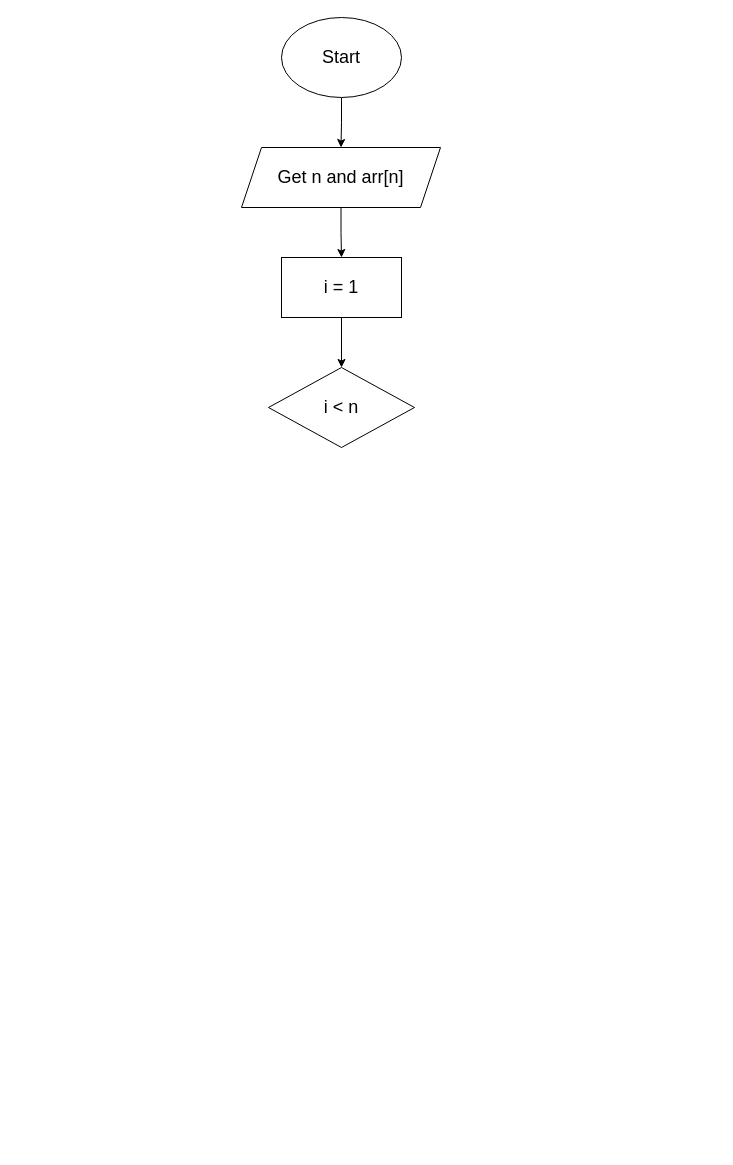
Above: insertion_sort.drawio in nhu220840/Basic-Programming (draw.io), before the change. Source tidied: cells renumbered, new cells numbered last; positions are measured from the earlier drawing's top-left corner, leaving out a move shared by most shapes. Both pictures are drawn from the tidied source at 100%, with x=0, y=0 at pixel (241, 17).
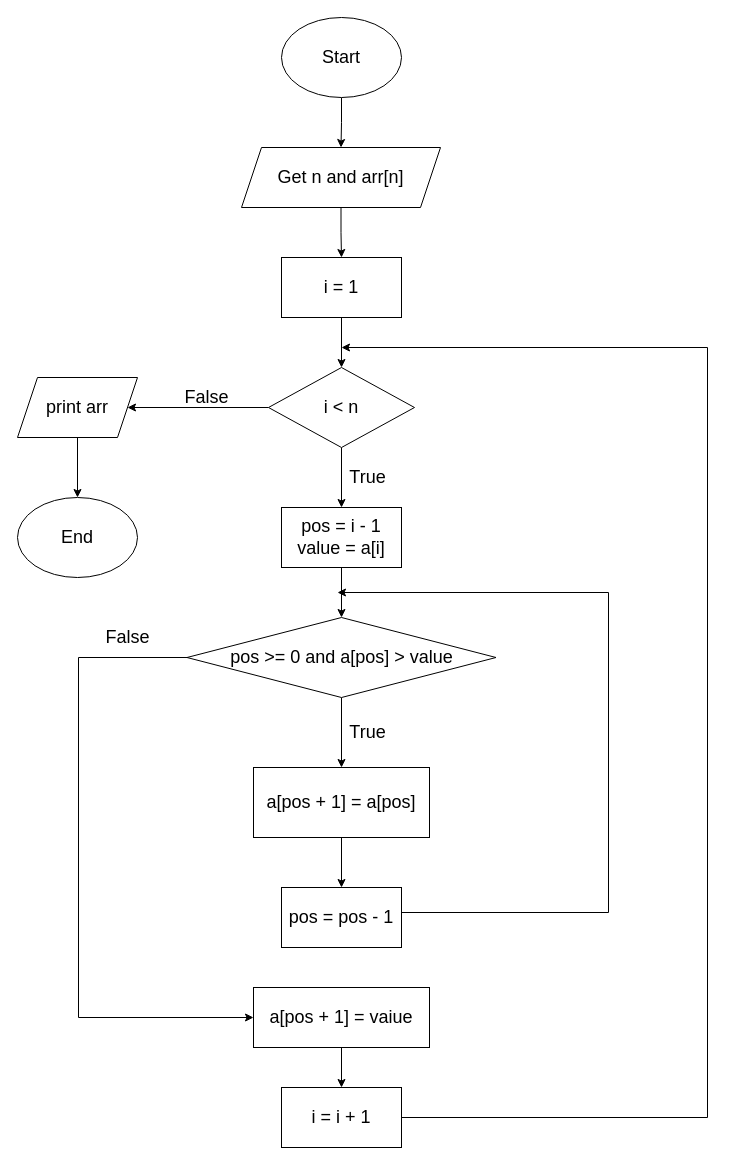
After the change.

Commit message (it also covers changes not shown here):
Cập nhật insertion_sort.drawio

Unchanged cells that the change refers to:
```xml
<mxCell id="8" value="&lt;font style=&quot;font-size: 18px;&quot;&gt;i &amp;lt; n&lt;/font&gt;" style="rhombus;whiteSpace=wrap;html=1;" parent="1" vertex="1">
  <mxGeometry x="27" y="350" width="146" height="80" as="geometry" />
</mxCell>
```

What changed in the source:
```diff
@@
+    <mxCell id="9" style="edgeStyle=orthogonalEdgeStyle;rounded=0;jettySize=auto;html=1;exitX=0.5;exitY=1;exitDx=0;exitDy=0;entryX=0.5;entryY=0;entryDx=0;entryDy=0;" parent="1" edge="1" source="8" target="12">
+      <mxGeometry relative="1" as="geometry" />
+    </mxCell>
+    <mxCell id="10" style="edgeStyle=orthogonalEdgeStyle;rounded=0;jettySize=auto;html=1;exitX=0;exitY=0.5;exitDx=0;exitDy=0;entryX=1;entryY=0.5;entryDx=0;entryDy=0;" parent="1" edge="1" source="8" target="28">
+      <mxGeometry relative="1" as="geometry" />
+    </mxCell>
@@
+    <mxCell id="11" style="edgeStyle=orthogonalEdgeStyle;rounded=0;jettySize=auto;html=1;exitX=0.5;exitY=1;exitDx=0;exitDy=0;entryX=0.5;entryY=0;entryDx=0;entryDy=0;" parent="1" edge="1" source="12" target="15">
+      <mxGeometry relative="1" as="geometry" />
+    </mxCell>
+    <mxCell id="12" value="&lt;font style=&quot;font-size: 18px;&quot;&gt;pos = i - 1&lt;/font&gt;&lt;div&gt;&lt;font style=&quot;font-size: 18px;&quot;&gt;value = a[i]&lt;/font&gt;&lt;/div&gt;" style="rounded=0;whiteSpace=wrap;html=1;" parent="1" vertex="1">
+      <mxGeometry x="40" y="490" width="120" height="60" as="geometry" />
+    </mxCell>
+    <mxCell id="13" style="edgeStyle=orthogonalEdgeStyle;rounded=0;jettySize=auto;html=1;exitX=0.5;exitY=1;exitDx=0;exitDy=0;entryX=0.5;entryY=0;entryDx=0;entryDy=0;" parent="1" edge="1" source="15" target="18">
+      <mxGeometry relative="1" as="geometry" />
+    </mxCell>
+    <mxCell id="14" style="edgeStyle=orthogonalEdgeStyle;rounded=0;jettySize=auto;html=1;exitX=0;exitY=0.5;exitDx=0;exitDy=0;entryX=0;entryY=0.5;entryDx=0;entryDy=0;" parent="1" edge="1" source="15" target="23">
+      <mxGeometry relative="1" as="geometry">
+        <Array as="points">
+          <mxPoint x="-163" y="640" />
+          <mxPoint x="-163" y="1000" />
+          <mxPoint x="12" y="1000" />
+        </Array>
+      </mxGeometry>
+    </mxCell>
+    <mxCell id="15" value="&lt;font style=&quot;font-size: 18px;&quot;&gt;pos &amp;gt;= 0 and a[pos] &amp;gt; value&lt;/font&gt;" style="rhombus;whiteSpace=wrap;html=1;" parent="1" vertex="1">
+      <mxGeometry x="-54.5" y="600" width="309" height="80" as="geometry" />
+    </mxCell>
+    <mxCell id="16" value="&lt;font style=&quot;font-size: 18px;&quot;&gt;True&lt;/font&gt;" style="text;html=1;align=center;verticalAlign=middle;strokeColor=none;fillColor=none;" parent="1" vertex="1">
+      <mxGeometry x="96" y="440" width="60" height="40" as="geometry" />
+    </mxCell>
+    <mxCell id="17" style="edgeStyle=orthogonalEdgeStyle;rounded=0;jettySize=auto;html=1;exitX=0.5;exitY=1;exitDx=0;exitDy=0;" parent="1" edge="1" source="18" target="21">
+      <mxGeometry relative="1" as="geometry" />
+    </mxCell>
+    <mxCell id="18" value="&lt;font style=&quot;font-size: 18px;&quot;&gt;a[pos + 1] = a[pos]&lt;/font&gt;" style="rounded=0;whiteSpace=wrap;html=1;" parent="1" vertex="1">
+      <mxGeometry x="12" y="750" width="176" height="70" as="geometry" />
+    </mxCell>
+    <mxCell id="19" value="&lt;font style=&quot;font-size: 18px;&quot;&gt;True&lt;/font&gt;" style="text;html=1;align=center;verticalAlign=middle;strokeColor=none;fillColor=none;" parent="1" vertex="1">
+      <mxGeometry x="96" y="695" width="60" height="40" as="geometry" />
+    </mxCell>
+    <mxCell id="20" style="edgeStyle=orthogonalEdgeStyle;rounded=0;orthogonalLoop=1;jettySize=auto;html=1;exitX=1;exitY=0.5;exitDx=0;exitDy=0;" parent="1" edge="1">
+      <mxGeometry relative="1" as="geometry">
+        <mxPoint x="160" y="895" as="sourcePoint" />
+        <mxPoint x="96" y="575" as="targetPoint" />
+        <Array as="points">
+          <mxPoint x="367" y="895" />
+        </Array>
+      </mxGeometry>
+    </mxCell>
+    <mxCell id="21" value="&lt;font style=&quot;font-size: 18px;&quot;&gt;pos = pos - 1&lt;/font&gt;" style="rounded=0;whiteSpace=wrap;html=1;" parent="1" vertex="1">
+      <mxGeometry x="40" y="870" width="120" height="60" as="geometry" />
+    </mxCell>
+    <mxCell id="22" style="edgeStyle=orthogonalEdgeStyle;rounded=0;jettySize=auto;html=1;exitX=0.5;exitY=1;exitDx=0;exitDy=0;entryX=0.5;entryY=0;entryDx=0;entryDy=0;" parent="1" edge="1" source="23" target="26">
+      <mxGeometry relative="1" as="geometry" />
+    </mxCell>
+    <mxCell id="23" value="&lt;font style=&quot;font-size: 18px;&quot;&gt;a[pos + 1] = vaiue&lt;/font&gt;" style="rounded=0;whiteSpace=wrap;html=1;" parent="1" vertex="1">
+      <mxGeometry x="12" y="970" width="176" height="60" as="geometry" />
+    </mxCell>
+    <mxCell id="24" value="&lt;font style=&quot;font-size: 18px;&quot;&gt;False&lt;/font&gt;" style="text;html=1;align=center;verticalAlign=middle;strokeColor=none;fillColor=none;" parent="1" vertex="1">
+      <mxGeometry x="-149" y="600" width="70" height="40" as="geometry" />
+    </mxCell>
+    <mxCell id="25" style="edgeStyle=orthogonalEdgeStyle;rounded=0;jettySize=auto;html=1;exitX=1;exitY=0.5;exitDx=0;exitDy=0;" parent="1" edge="1" source="26">
+      <mxGeometry relative="1" as="geometry">
+        <mxPoint x="100" y="330" as="targetPoint" />
+        <Array as="points">
+          <mxPoint x="466" y="1100" />
+          <mxPoint x="466" y="330" />
+        </Array>
+      </mxGeometry>
+    </mxCell>
+    <mxCell id="26" value="&lt;font style=&quot;font-size: 18px;&quot;&gt;i = i + 1&lt;/font&gt;" style="rounded=0;whiteSpace=wrap;html=1;" parent="1" vertex="1">
+      <mxGeometry x="40" y="1070" width="120" height="60" as="geometry" />
+    </mxCell>
+    <mxCell id="27" style="edgeStyle=orthogonalEdgeStyle;rounded=0;jettySize=auto;html=1;exitX=0.5;exitY=1;exitDx=0;exitDy=0;entryX=0.5;entryY=0;entryDx=0;entryDy=0;" parent="1" edge="1" source="28" target="29">
+      <mxGeometry relative="1" as="geometry" />
+    </mxCell>
+    <mxCell id="28" value="&lt;font style=&quot;font-size: 18px;&quot;&gt;print arr&lt;/font&gt;" style="shape=parallelogram;perimeter=parallelogramPerimeter;whiteSpace=wrap;html=1;fixedSize=1;" parent="1" vertex="1">
+      <mxGeometry x="-224" y="360" width="120" height="60" as="geometry" />
+    </mxCell>
+    <mxCell id="29" value="&lt;font style=&quot;font-size: 18px;&quot;&gt;End&lt;/font&gt;" style="ellipse;whiteSpace=wrap;html=1;" parent="1" vertex="1">
+      <mxGeometry x="-224" y="480" width="120" height="80" as="geometry" />
+    </mxCell>
+    <mxCell id="30" value="&lt;font style=&quot;font-size: 18px;&quot;&gt;False&lt;/font&gt;" style="text;html=1;align=center;verticalAlign=middle;strokeColor=none;fillColor=none;" parent="1" vertex="1">
+      <mxGeometry x="-70" y="360" width="70" height="40" as="geometry" />
+    </mxCell>
```
